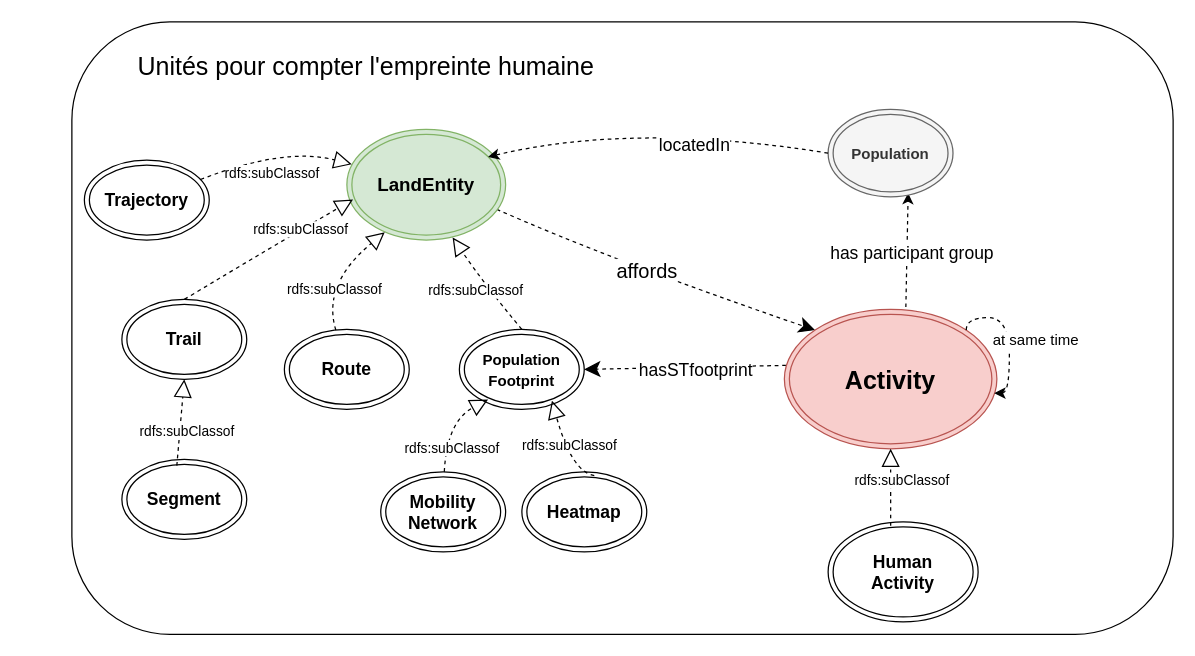
Before: page "figure 6" (6 of 6) of docs/diagrams/model_KG_article_long.drawio in IntForOut/outdoorPressure, a draw.io diagram. Source tidied: cells renumbered, new cells numbered last; positions are measured from the earlier drawing's top-left corner, leaving out a move shared by most shapes. Both pictures are drawn from the tidied source at 125%, with x=0, y=0 at pixel (71, 21).
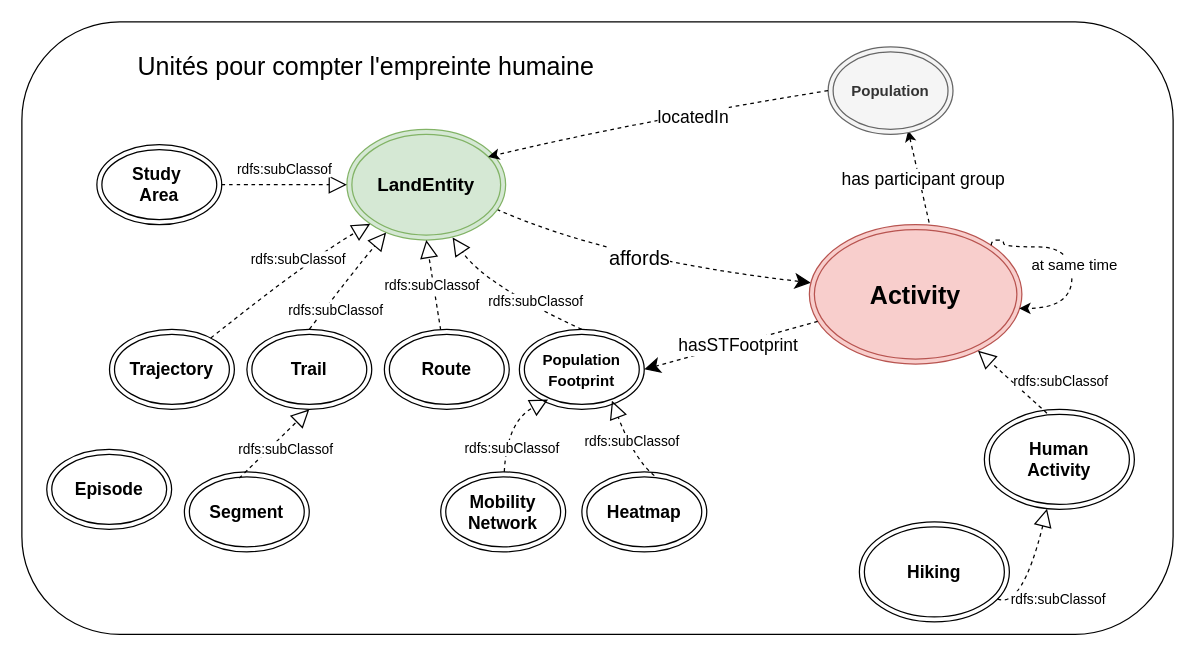
The same page after the edit.

Commit message:
study area

Unchanged cells that the change refers to:
```xml
<mxCell id="6" value="&lt;b&gt;&lt;font style=&quot;font-size: 15px;&quot;&gt;LandEntity&lt;/font&gt;&lt;/b&gt;" style="ellipse;shape=doubleEllipse;whiteSpace=wrap;html=1;fontSize=14;fillColor=#d5e8d4;strokeColor=#82b366;" parent="1" vertex="1">
  <mxGeometry x="220" y="86" width="127" height="88.5" as="geometry" />
</mxCell>
<mxCell id="10" style="edgeStyle=none;html=1;exitX=0.417;exitY=0.038;exitDx=0;exitDy=0;rounded=0;curved=1;dashed=1;endArrow=block;endFill=0;labelBackgroundColor=default;exitPerimeter=0;endSize=12;" parent="1" edge="1" source="3" target="9">
  <mxGeometry relative="1" as="geometry" />
</mxCell>
<mxCell id="19" style="edgeStyle=none;html=1;rounded=0;curved=1;dashed=1;endArrow=block;endFill=0;exitX=0.5;exitY=0;exitDx=0;exitDy=0;entryX=0.666;entryY=0.977;entryDx=0;entryDy=0;entryPerimeter=0;endSize=12;" parent="1" edge="1" source="21" target="6">
  <mxGeometry relative="1" as="geometry">
    <Array as="points">
      <mxPoint x="330" y="210" />
    </Array>
  </mxGeometry>
</mxCell>
<mxCell id="28" style="edgeStyle=none;html=1;rounded=0;curved=1;dashed=1;endArrow=block;endFill=0;endSize=12;entryX=0.5;entryY=1;entryDx=0;entryDy=0;exitX=0.44;exitY=0.078;exitDx=0;exitDy=0;exitPerimeter=0;" parent="1" edge="1" source="27" target="33">
  <mxGeometry relative="1" as="geometry" />
</mxCell>
```

The edit, as a diff of the source:
```diff
@@
     <mxCell id="2" style="rounded=1;whiteSpace=wrap;html=1;fillColor=default;arcSize=16;" parent="1" vertex="1">
-      <mxGeometry width="881" height="490" as="geometry" />
+      <mxGeometry x="-40" width="921" height="490" as="geometry" />
     </mxCell>
     <mxCell id="3" value="&lt;b&gt;Human&lt;/b&gt;&lt;div&gt;&lt;b&gt;Activity&lt;/b&gt;&lt;/div&gt;" style="ellipse;shape=doubleEllipse;whiteSpace=wrap;html=1;fontSize=14;" parent="1" vertex="1">
-      <mxGeometry x="605" y="400" width="120" height="80" as="geometry" />
+      <mxGeometry x="730" y="310" width="120" height="80" as="geometry" />
     </mxCell>
-    <mxCell id="4" style="edgeStyle=none;html=1;rounded=0;curved=1;dashed=1;entryX=0;entryY=0;entryDx=0;entryDy=0;endSize=10;" parent="1" edge="1" target="9">
+    <mxCell id="4" style="edgeStyle=none;html=1;rounded=0;curved=1;dashed=1;endSize=10;" parent="1" edge="1" target="9">
       <mxGeometry relative="1" as="geometry">
         <mxPoint x="340" y="150" as="sourcePoint" />
         <Array as="points">
           <mxPoint x="430" y="190" />
         </Array>
       </mxGeometry>
     </mxCell>
@@
     <mxCell id="9" value="&lt;b&gt;&lt;font style=&quot;font-size: 20px;&quot;&gt;Activity&lt;/font&gt;&lt;/b&gt;" style="ellipse;shape=doubleEllipse;whiteSpace=wrap;html=1;fontSize=14;fillColor=#f8cecc;strokeColor=#b85450;" parent="1" vertex="1">
-      <mxGeometry x="570" y="230" width="170" height="111.5" as="geometry" />
+      <mxGeometry x="590" y="162.2" width="170" height="111.5" as="geometry" />
     </mxCell>
@@
     <mxCell id="11" value="&lt;font&gt;rdfs:subClassof&lt;/font&gt;" style="edgeLabel;html=1;align=center;verticalAlign=middle;fontSize=11;" parent="10" vertex="1">
       <mxGeometry x="-0.3" y="4" relative="1" as="geometry">
-        <mxPoint x="12" y="-15" as="offset" />
+        <mxPoint x="32" y="-11" as="offset" />
       </mxGeometry>
     </mxCell>
     <mxCell id="12" value="&lt;b&gt;&lt;font style=&quot;font-size: 12px;&quot;&gt;Population&lt;/font&gt;&lt;/b&gt;" style="ellipse;shape=doubleEllipse;whiteSpace=wrap;html=1;fontSize=14;fillColor=#f5f5f5;fontColor=#333333;strokeColor=#666666;" parent="1" vertex="1">
-      <mxGeometry x="605" y="70" width="99.9" height="70" as="geometry" />
+      <mxGeometry x="605" y="20" width="99.9" height="70" as="geometry" />
     </mxCell>
@@
     <mxCell id="15" style="curved=1;endArrow=classic;html=1;rounded=0;dashed=1;entryX=0.988;entryY=0.601;entryDx=0;entryDy=0;entryPerimeter=0;edgeStyle=orthogonalEdgeStyle;innerLoopWaypoints=1;exitX=1;exitY=0;exitDx=0;exitDy=0;" parent="1" edge="1" source="9" target="9">
       <mxGeometry relative="1" as="geometry">
         <Array as="points">
-          <mxPoint x="715.5" y="236.6" />
-          <mxPoint x="750" y="236.6" />
-          <mxPoint x="750" y="297" />
+          <mxPoint x="735.5" y="174.5" />
+          <mxPoint x="745.4" y="174.5" />
+          <mxPoint x="745.4" y="180" />
+          <mxPoint x="800" y="180" />
+          <mxPoint x="800" y="229.2" />
         </Array>
       </mxGeometry>
     </mxCell>
@@
     <mxCell id="20" value="&lt;font&gt;rdfs:subClassof&lt;/font&gt;" style="edgeLabel;html=1;align=center;verticalAlign=middle;fontSize=11;" parent="19" vertex="1">
       <mxGeometry x="0.03" y="2" relative="1" as="geometry">
-        <mxPoint x="-6" y="4" as="offset" />
+        <mxPoint x="25" y="4" as="offset" />
       </mxGeometry>
     </mxCell>
     <mxCell id="21" value="&lt;b&gt;&lt;font style=&quot;font-size: 12px;&quot;&gt;Population&lt;/font&gt;&lt;/b&gt;&lt;div&gt;&lt;b&gt;&lt;font style=&quot;font-size: 12px;&quot;&gt;Footprint&lt;/font&gt;&lt;/b&gt;&lt;/div&gt;" style="ellipse;shape=doubleEllipse;whiteSpace=wrap;html=1;fontSize=14;" parent="1" vertex="1">
-      <mxGeometry x="310" y="246" width="99.9" height="64" as="geometry" />
+      <mxGeometry x="358" y="246" width="99.9" height="64" as="geometry" />
     </mxCell>
-    <mxCell id="22" style="edgeStyle=none;html=1;entryX=1;entryY=0.5;entryDx=0;entryDy=0;dashed=1;rounded=0;curved=1;exitX=0.007;exitY=0.402;exitDx=0;exitDy=0;exitPerimeter=0;endSize=10;" parent="1" edge="1" source="9" target="21">
+    <mxCell id="22" style="edgeStyle=none;html=1;entryX=1;entryY=0.5;entryDx=0;entryDy=0;dashed=1;rounded=0;curved=1;endSize=10;" parent="1" edge="1" source="9" target="21">
       <mxGeometry relative="1" as="geometry" />
     </mxCell>
-    <mxCell id="23" value="&lt;font style=&quot;font-size: 14px;&quot;&gt;hasSTfootprint&lt;/font&gt;" style="edgeLabel;html=1;align=center;verticalAlign=middle;" parent="22" vertex="1">
+    <mxCell id="23" value="&lt;font style=&quot;font-size: 14px;&quot;&gt;hasSTFootprint&lt;/font&gt;" style="edgeLabel;html=1;align=center;verticalAlign=middle;" parent="22" vertex="1">
       <mxGeometry x="-0.14" y="-1" relative="1" as="geometry">
         <mxPoint x="-4" y="3" as="offset" />
       </mxGeometry>
     </mxCell>
     <mxCell id="24" value="&lt;b&gt;Route&lt;/b&gt;" style="ellipse;shape=doubleEllipse;whiteSpace=wrap;html=1;fontSize=14;" parent="1" vertex="1">
-      <mxGeometry x="170" y="246" width="99.9" height="64" as="geometry" />
+      <mxGeometry x="250" y="246" width="99.9" height="64" as="geometry" />
     </mxCell>
-    <mxCell id="25" style="edgeStyle=none;html=1;rounded=0;curved=1;dashed=1;endArrow=block;endFill=0;endSize=12;entryX=0.239;entryY=0.929;entryDx=0;entryDy=0;entryPerimeter=0;" parent="1" edge="1" source="24" target="6">
-      <mxGeometry relative="1" as="geometry">
-        <Array as="points">
-          <mxPoint x="200" y="210" />
-        </Array>
-      </mxGeometry>
+    <mxCell id="25" style="edgeStyle=none;html=1;rounded=0;curved=1;dashed=1;endArrow=block;endFill=0;endSize=12;entryX=0.5;entryY=1;entryDx=0;entryDy=0;" parent="1" edge="1" source="24" target="6">
+      <mxGeometry relative="1" as="geometry" />
     </mxCell>
     <mxCell id="26" value="&lt;font&gt;rdfs:subClassof&lt;/font&gt;" style="edgeLabel;html=1;align=center;verticalAlign=middle;fontSize=11;" parent="25" vertex="1">
       <mxGeometry x="0.03" y="2" relative="1" as="geometry">
-        <mxPoint x="-1" y="15" as="offset" />
+        <mxPoint y="1" as="offset" />
       </mxGeometry>
     </mxCell>
     <mxCell id="27" value="&lt;div&gt;&lt;b&gt;Segment&lt;/b&gt;&lt;/div&gt;" style="ellipse;shape=doubleEllipse;whiteSpace=wrap;html=1;fontSize=14;" parent="1" vertex="1">
-      <mxGeometry x="40" y="350" width="99.9" height="64" as="geometry" />
+      <mxGeometry x="90" y="360" width="99.9" height="64" as="geometry" />
     </mxCell>
@@
     <mxCell id="29" value="&lt;font&gt;rdfs:subClassof&lt;/font&gt;" style="edgeLabel;html=1;align=center;verticalAlign=middle;fontSize=11;" parent="28" vertex="1">
       <mxGeometry x="0.03" y="2" relative="1" as="geometry">
-        <mxPoint x="6" y="9" as="offset" />
+        <mxPoint x="9" y="6" as="offset" />
       </mxGeometry>
     </mxCell>
     <mxCell id="30" value="&lt;b&gt;Heatmap&lt;/b&gt;" style="ellipse;shape=doubleEllipse;whiteSpace=wrap;html=1;fontSize=14;" parent="1" vertex="1">
-      <mxGeometry x="360" y="360" width="99.9" height="64" as="geometry" />
+      <mxGeometry x="408" y="360" width="99.9" height="64" as="geometry" />
     </mxCell>
     <mxCell id="31" style="edgeStyle=none;html=1;rounded=0;curved=1;dashed=1;endArrow=block;endFill=0;endSize=12;entryX=0.741;entryY=0.891;entryDx=0;entryDy=0;exitX=0.58;exitY=0.047;exitDx=0;exitDy=0;exitPerimeter=0;entryPerimeter=0;" parent="1" edge="1" source="30" target="21">
       <mxGeometry relative="1" as="geometry">
         <Array as="points">
-          <mxPoint x="400" y="360" />
+          <mxPoint x="450" y="350" />
         </Array>
       </mxGeometry>
     </mxCell>
@@
     <mxCell id="33" value="&lt;b&gt;Trail&lt;/b&gt;" style="ellipse;shape=doubleEllipse;whiteSpace=wrap;html=1;fontSize=14;" parent="1" vertex="1">
-      <mxGeometry x="40" y="222" width="99.9" height="64" as="geometry" />
+      <mxGeometry x="140" y="246" width="99.9" height="64" as="geometry" />
     </mxCell>
-    <mxCell id="34" style="edgeStyle=none;html=1;rounded=0;curved=1;dashed=1;endArrow=block;endFill=0;endSize=12;entryX=0.039;entryY=0.633;entryDx=0;entryDy=0;entryPerimeter=0;exitX=0.5;exitY=0;exitDx=0;exitDy=0;" parent="1" edge="1" source="33" target="6">
+    <mxCell id="34" style="edgeStyle=none;html=1;rounded=0;curved=1;dashed=1;endArrow=block;endFill=0;endSize=12;exitX=0.5;exitY=0;exitDx=0;exitDy=0;" parent="1" edge="1" source="33" target="6">
       <mxGeometry relative="1" as="geometry">
         <Array as="points">
-          <mxPoint x="160" y="180" />
+          <mxPoint x="224.9" y="200" />
         </Array>
       </mxGeometry>
     </mxCell>
     <mxCell id="35" value="&lt;font&gt;rdfs:subClassof&lt;/font&gt;" style="edgeLabel;html=1;align=center;verticalAlign=middle;fontSize=11;" parent="34" vertex="1">
       <mxGeometry x="0.03" y="2" relative="1" as="geometry">
-        <mxPoint x="24" y="-13" as="offset" />
+        <mxPoint x="-9" y="26" as="offset" />
       </mxGeometry>
     </mxCell>
     <mxCell id="36" value="&lt;b&gt;Trajectory&lt;/b&gt;" style="ellipse;shape=doubleEllipse;whiteSpace=wrap;html=1;fontSize=14;" parent="1" vertex="1">
-      <mxGeometry x="10" y="110.5" width="99.9" height="64" as="geometry" />
+      <mxGeometry x="30.1" y="246" width="99.9" height="64" as="geometry" />
     </mxCell>
-    <mxCell id="37" style="edgeStyle=none;html=1;rounded=0;curved=1;dashed=1;endArrow=block;endFill=0;endSize=12;entryX=0.031;entryY=0.316;entryDx=0;entryDy=0;entryPerimeter=0;" parent="1" edge="1" source="36" target="6">
+    <mxCell id="37" style="edgeStyle=none;html=1;rounded=0;curved=1;dashed=1;endArrow=block;endFill=0;endSize=12;entryX=0;entryY=1;entryDx=0;entryDy=0;" parent="1" edge="1" source="36" target="6">
       <mxGeometry relative="1" as="geometry">
         <Array as="points">
-          <mxPoint x="170" y="100" />
+          <mxPoint x="190" y="190" />
         </Array>
       </mxGeometry>
     </mxCell>
     <mxCell id="38" value="&lt;font&gt;rdfs:subClassof&lt;/font&gt;" style="edgeLabel;html=1;align=center;verticalAlign=middle;fontSize=11;" parent="37" vertex="1">
       <mxGeometry x="0.03" y="2" relative="1" as="geometry">
-        <mxPoint x="-4" y="20" as="offset" />
+        <mxPoint x="7" y="-11" as="offset" />
       </mxGeometry>
     </mxCell>
     <mxCell id="39" value="&lt;div&gt;&lt;b&gt;Mobility&lt;/b&gt;&lt;/div&gt;&lt;div&gt;&lt;b&gt;Network&lt;/b&gt;&lt;/div&gt;" style="ellipse;shape=doubleEllipse;whiteSpace=wrap;html=1;fontSize=14;" parent="1" vertex="1">
-      <mxGeometry x="247.1" y="360" width="99.9" height="64" as="geometry" />
+      <mxGeometry x="295.1" y="360" width="99.9" height="64" as="geometry" />
     </mxCell>
     <mxCell id="40" style="edgeStyle=none;html=1;rounded=0;curved=1;dashed=1;endArrow=block;endFill=0;endSize=12;entryX=0.23;entryY=0.875;entryDx=0;entryDy=0;entryPerimeter=0;" parent="1" edge="1" source="39" target="21">
       <mxGeometry relative="1" as="geometry">
         <Array as="points">
-          <mxPoint x="300" y="320" />
+          <mxPoint x="348" y="320" />
         </Array>
       </mxGeometry>
     </mxCell>
@@
+    <mxCell id="42" value="&lt;div&gt;&lt;b&gt;Study&amp;nbsp;&lt;/b&gt;&lt;/div&gt;&lt;div&gt;&lt;b&gt;Area&lt;/b&gt;&lt;/div&gt;" style="ellipse;shape=doubleEllipse;whiteSpace=wrap;html=1;fontSize=14;" parent="1" vertex="1">
+      <mxGeometry x="20" y="98.2" width="99.9" height="64" as="geometry" />
+    </mxCell>
+    <mxCell id="43" style="edgeStyle=none;html=1;rounded=0;curved=1;dashed=1;endArrow=block;endFill=0;endSize=12;exitX=1;exitY=0.5;exitDx=0;exitDy=0;" parent="1" edge="1" source="42" target="6">
+      <mxGeometry relative="1" as="geometry" />
+    </mxCell>
+    <mxCell id="44" value="&lt;font&gt;rdfs:subClassof&lt;/font&gt;" style="edgeLabel;html=1;align=center;verticalAlign=middle;fontSize=11;" parent="43" vertex="1">
+      <mxGeometry x="0.03" y="2" relative="1" as="geometry">
+        <mxPoint x="-2" y="-11" as="offset" />
+      </mxGeometry>
+    </mxCell>
+    <mxCell id="45" value="&lt;b&gt;Hiking&lt;/b&gt;" style="ellipse;shape=doubleEllipse;whiteSpace=wrap;html=1;fontSize=14;" parent="1" vertex="1">
+      <mxGeometry x="630" y="400" width="120" height="80" as="geometry" />
+    </mxCell>
+    <mxCell id="46" style="edgeStyle=none;html=1;rounded=0;curved=1;dashed=1;endArrow=block;endFill=0;labelBackgroundColor=default;endSize=12;" parent="1" edge="1" source="45" target="3">
+      <mxGeometry relative="1" as="geometry">
+        <Array as="points">
+          <mxPoint x="760" y="470" />
+        </Array>
+      </mxGeometry>
+    </mxCell>
+    <mxCell id="47" value="&lt;font&gt;rdfs:subClassof&lt;/font&gt;" style="edgeLabel;html=1;align=center;verticalAlign=middle;fontSize=11;" parent="46" vertex="1">
+      <mxGeometry x="-0.3" y="4" relative="1" as="geometry">
+        <mxPoint x="29" y="7" as="offset" />
+      </mxGeometry>
+    </mxCell>
+    <mxCell id="48" value="&lt;b&gt;Episode&lt;/b&gt;" style="ellipse;shape=doubleEllipse;whiteSpace=wrap;html=1;fontSize=14;" parent="1" vertex="1">
+      <mxGeometry x="-20.1" y="342" width="99.9" height="64" as="geometry" />
+    </mxCell>
```
